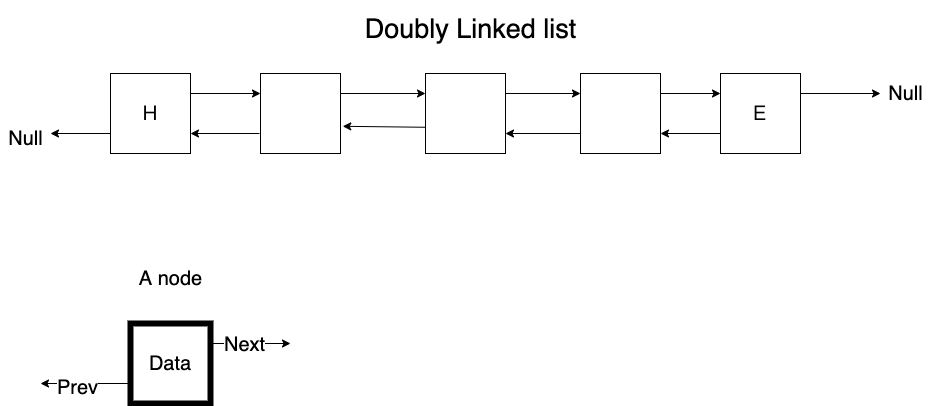
stevengogogo/DSA-WastonAbili keeps this draw.io diagram as img/Plan.png. Above is the earlier version. Source tidied: cells renumbered, new cells last; positions are measured from the earlier drawing's top-left corner, leaving out a move shared by most shapes.
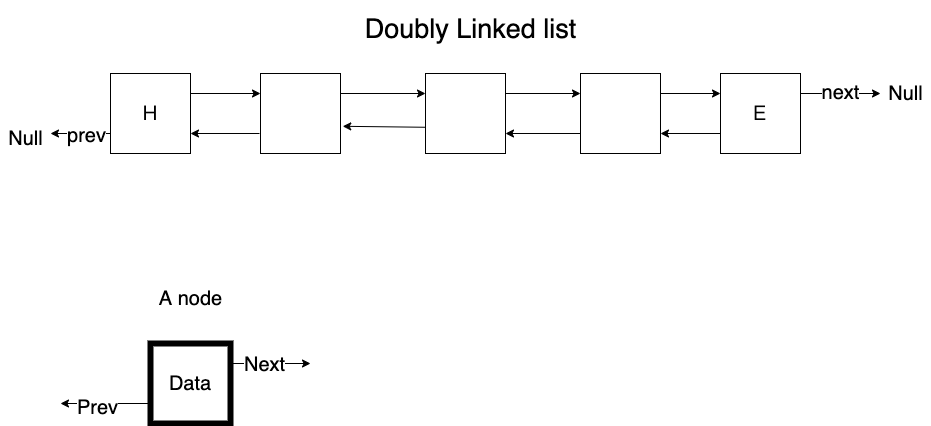
The same diagram one commit later.

What changed in the source:
```diff
@@ -47,11 +47,11 @@
       <mxGeometry relative="1" as="geometry" />
     </mxCell>
     <mxCell id="16" value="Data" style="whiteSpace=wrap;html=1;strokeWidth=6;fontSize=20;" parent="1" vertex="1">
-      <mxGeometry x="130" y="320" width="80" height="80" as="geometry" />
+      <mxGeometry x="150" y="340" width="80" height="80" as="geometry" />
     </mxCell>
     <mxCell id="17" style="endArrow=classic;html=1;fontSize=20;exitX=0;exitY=0.75;exitDx=0;exitDy=0;" parent="1" edge="1" source="16">
       <mxGeometry relative="1" as="geometry">
-        <mxPoint x="40" y="380" as="targetPoint" />
+        <mxPoint x="60" y="400" as="targetPoint" />
       </mxGeometry>
     </mxCell>
     <mxCell id="18" value="Prev" style="edgeLabel;html=1;align=center;verticalAlign=middle;fontSize=20;" parent="17" vertex="1">
@@ -59,7 +59,7 @@
     </mxCell>
     <mxCell id="19" style="endArrow=classic;html=1;fontSize=20;exitX=1;exitY=0.25;exitDx=0;exitDy=0;" parent="1" edge="1" source="16">
       <mxGeometry relative="1" as="geometry">
-        <mxPoint x="290" y="340" as="targetPoint" />
+        <mxPoint x="310" y="360" as="targetPoint" />
       </mxGeometry>
     </mxCell>
     <mxCell id="20" value="Next" style="edgeLabel;html=1;align=center;verticalAlign=middle;fontSize=20;" parent="19" vertex="1">
@@ -70,11 +70,17 @@
         <mxPoint x="50" y="130" as="targetPoint" />
       </mxGeometry>
     </mxCell>
+    <mxCell id="26" value="prev" style="edgeLabel;html=1;align=center;verticalAlign=middle;fontSize=20;" parent="21" vertex="1">
+      <mxGeometry x="-0.16" y="1" relative="1" as="geometry" />
+    </mxCell>
     <mxCell id="22" style="endArrow=classic;html=1;fontSize=20;exitX=1;exitY=0.25;exitDx=0;exitDy=0;" parent="1" edge="1" source="11">
       <mxGeometry relative="1" as="geometry">
         <mxPoint x="880" y="90" as="targetPoint" />
       </mxGeometry>
     </mxCell>
+    <mxCell id="27" value="next" style="edgeLabel;html=1;align=center;verticalAlign=middle;fontSize=20;" parent="22" vertex="1">
+      <mxGeometry x="-0.03" y="2" relative="1" as="geometry" />
+    </mxCell>
     <mxCell id="23" value="Null" style="text;html=1;align=center;verticalAlign=middle;fontSize=20;" parent="1" vertex="1">
       <mxGeometry x="880" y="75" width="50" height="30" as="geometry" />
     </mxCell>
@@ -82,7 +88,7 @@
       <mxGeometry y="120" width="50" height="30" as="geometry" />
     </mxCell>
     <mxCell id="25" value="A node" style="text;html=1;align=center;verticalAlign=middle;fontSize=20;" parent="1" vertex="1">
-      <mxGeometry x="130" y="260" width="80" height="30" as="geometry" />
+      <mxGeometry x="150" y="280" width="80" height="30" as="geometry" />
     </mxCell>
   </root>
 </mxGraphModel>
```
